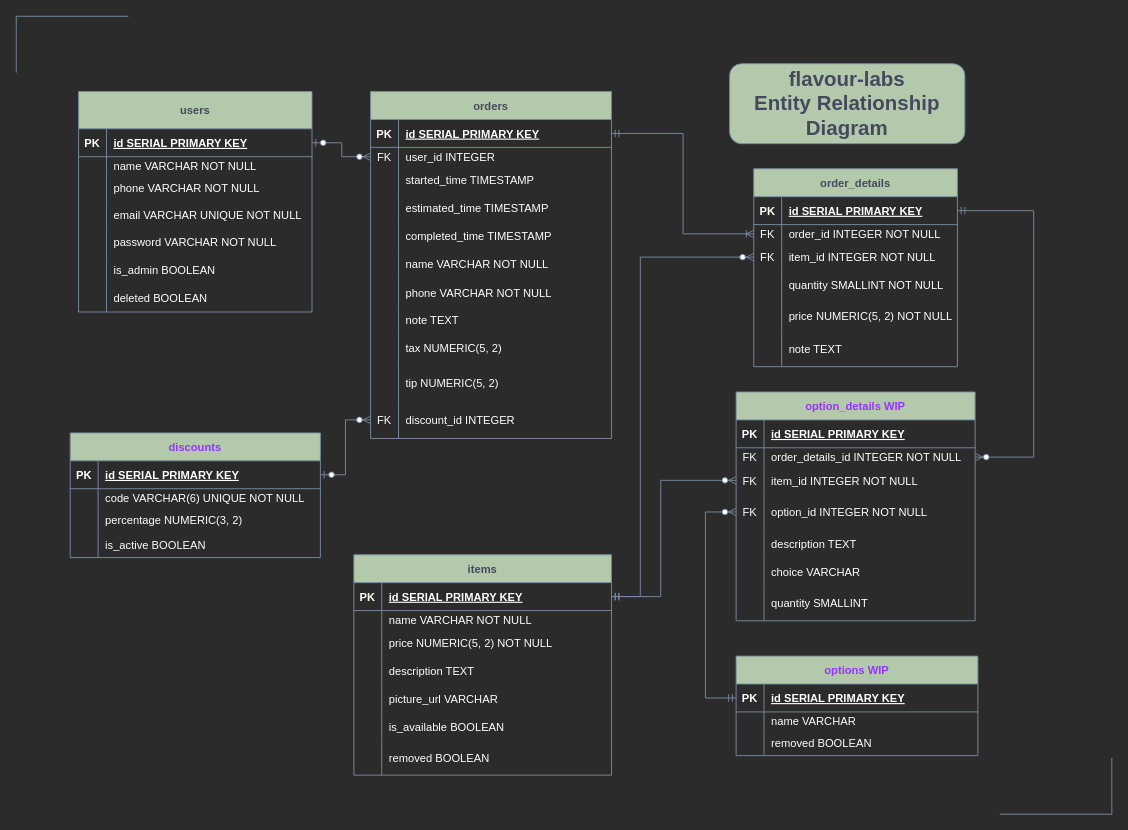
This is flavourLabsERD.drawio from sachieko/flavour-lab, a draw.io file, before an edit. Source tidied: cells renumbered, new cells numbered last; positions are measured from the earlier drawing's top-left corner, leaving out a move shared by most shapes. Both pictures are drawn from the tidied source at 93%, with x=0, y=0 at pixel (16, 16).
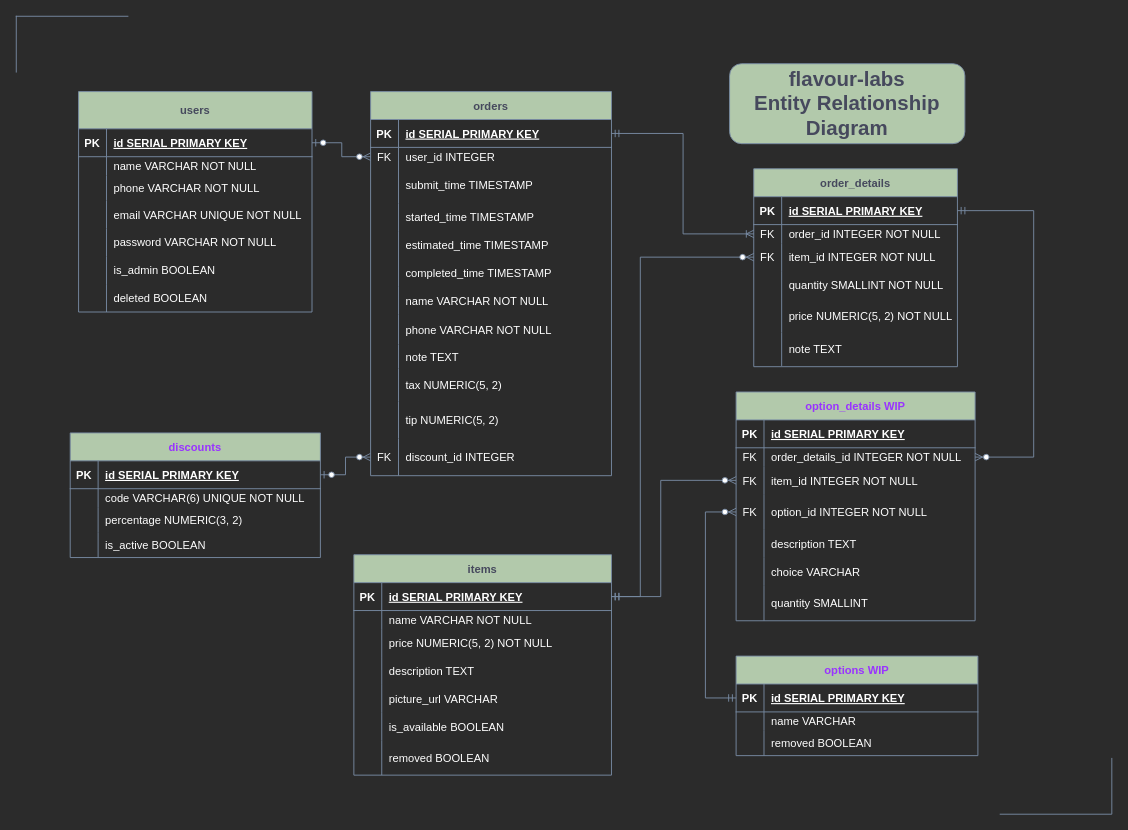
After the change.

What changed in the source:
```diff
@@
     <mxCell id="2" value="orders" style="shape=table;startSize=30;childLayout=tableLayout;rowLines=0;fontStyle=1;align=center;fillColor=#B2C9AB;strokeColor=#788AA3;fontColor=#46495D;" parent="1" vertex="1">
-      <mxGeometry x="381" y="81" width="259" height="373" as="geometry" />
+      <mxGeometry x="381" y="81" width="259" height="413" as="geometry" />
     </mxCell>
@@
+    <mxCell id="154" style="shape=tableRow;horizontal=0;startSize=0;swimlaneHead=0;swimlaneBody=0;fillColor=none;top=0;left=0;right=0;bottom=0;strokeColor=#788AA3;fontColor=#46495D;" parent="2" vertex="1">
+      <mxGeometry y="80" width="259" height="40" as="geometry" />
+    </mxCell>
+    <mxCell id="155" style="shape=partialRectangle;fillColor=none;top=0;left=0;bottom=0;right=0;overflow=hidden;strokeColor=#788AA3;fontColor=#FFFFFF;" parent="154" vertex="1">
+      <mxGeometry width="30" height="40" as="geometry" />
+    </mxCell>
+    <mxCell id="156" value="submit_time TIMESTAMP" style="shape=partialRectangle;fillColor=none;top=0;left=0;bottom=0;right=0;align=left;spacingLeft=6;overflow=hidden;strokeColor=#788AA3;fontColor=#FFFFFF;" parent="154" vertex="1">
+      <mxGeometry x="30" width="229" height="40" as="geometry" />
+    </mxCell>
     <mxCell id="9" style="shape=tableRow;horizontal=0;startSize=0;swimlaneHead=0;swimlaneBody=0;fillColor=none;top=0;left=0;right=0;bottom=0;strokeColor=#788AA3;fontColor=#46495D;" parent="2" vertex="1">
-      <mxGeometry y="80" width="259" height="30" as="geometry" />
+      <mxGeometry y="120" width="259" height="30" as="geometry" />
     </mxCell>
@@
     <mxCell id="12" style="shape=tableRow;horizontal=0;startSize=0;swimlaneHead=0;swimlaneBody=0;fillColor=none;top=0;left=0;right=0;bottom=0;strokeColor=#788AA3;fontColor=#46495D;" parent="2" vertex="1">
-      <mxGeometry y="110" width="259" height="30" as="geometry" />
+      <mxGeometry y="150" width="259" height="30" as="geometry" />
     </mxCell>
@@
     <mxCell id="15" style="shape=tableRow;horizontal=0;startSize=0;swimlaneHead=0;swimlaneBody=0;fillColor=none;top=0;left=0;right=0;bottom=0;strokeColor=#788AA3;fontColor=#46495D;" parent="2" vertex="1">
-      <mxGeometry y="140" width="259" height="30" as="geometry" />
+      <mxGeometry y="180" width="259" height="30" as="geometry" />
     </mxCell>
@@
     <mxCell id="18" style="shape=tableRow;horizontal=0;startSize=0;swimlaneHead=0;swimlaneBody=0;fillColor=none;top=0;left=0;right=0;bottom=0;strokeColor=#788AA3;fontColor=#46495D;" parent="2" vertex="1">
-      <mxGeometry y="170" width="259" height="30" as="geometry" />
+      <mxGeometry y="210" width="259" height="30" as="geometry" />
     </mxCell>
@@
     <mxCell id="21" style="shape=tableRow;horizontal=0;startSize=0;swimlaneHead=0;swimlaneBody=0;fillColor=none;top=0;left=0;right=0;bottom=0;strokeColor=#788AA3;fontColor=#46495D;" parent="2" vertex="1">
-      <mxGeometry y="200" width="259" height="32" as="geometry" />
+      <mxGeometry y="240" width="259" height="32" as="geometry" />
     </mxCell>
@@
     <mxCell id="24" style="shape=tableRow;horizontal=0;startSize=0;swimlaneHead=0;swimlaneBody=0;fillColor=none;top=0;left=0;right=0;bottom=0;strokeColor=#788AA3;fontColor=#46495D;" parent="2" vertex="1">
-      <mxGeometry y="232" width="259" height="26" as="geometry" />
+      <mxGeometry y="272" width="259" height="26" as="geometry" />
     </mxCell>
@@
     <mxCell id="27" style="shape=tableRow;horizontal=0;startSize=0;swimlaneHead=0;swimlaneBody=0;fillColor=none;top=0;left=0;right=0;bottom=0;strokeColor=#788AA3;fontColor=#46495D;" parent="2" vertex="1">
-      <mxGeometry y="258" width="259" height="35" as="geometry" />
+      <mxGeometry y="298" width="259" height="35" as="geometry" />
     </mxCell>
@@
     <mxCell id="30" style="shape=tableRow;horizontal=0;startSize=0;swimlaneHead=0;swimlaneBody=0;fillColor=none;top=0;left=0;right=0;bottom=0;strokeColor=#788AA3;fontColor=#46495D;" parent="2" vertex="1">
-      <mxGeometry y="293" width="259" height="40" as="geometry" />
+      <mxGeometry y="333" width="259" height="40" as="geometry" />
     </mxCell>
@@
     <mxCell id="33" style="shape=tableRow;horizontal=0;startSize=0;swimlaneHead=0;swimlaneBody=0;fillColor=none;points=[[0,0.5],[1,0.5]];portConstraint=eastwest;top=0;left=0;right=0;bottom=0;strokeColor=#788AA3;fontColor=#46495D;" parent="2" vertex="1">
-      <mxGeometry y="333" width="259" height="40" as="geometry" />
+      <mxGeometry y="373" width="259" height="40" as="geometry" />
     </mxCell>
```
